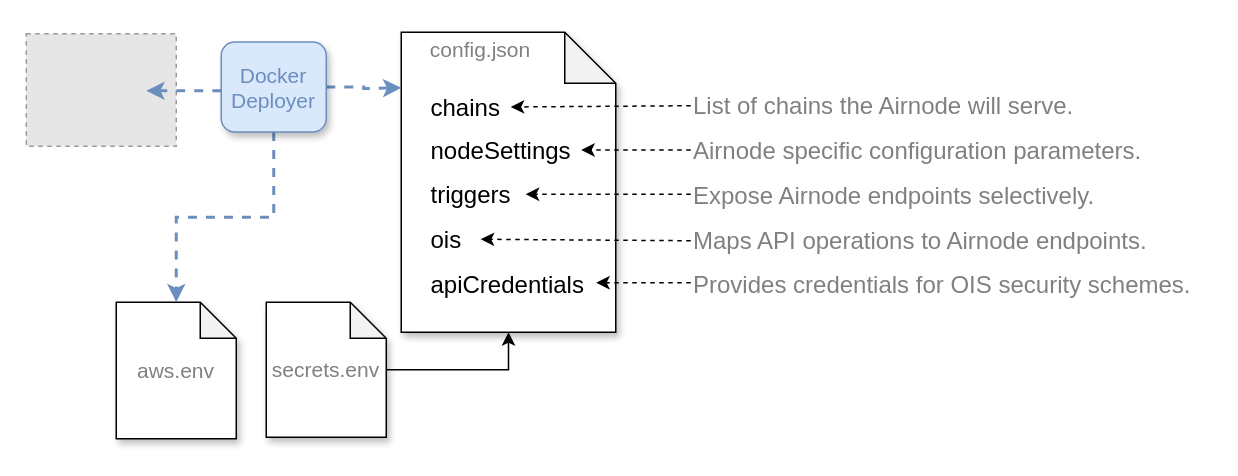
The draw.io diagram docs/airnode/v0.2/assets/diagrams/config-json.drawio in api3dao/old-api3-docs, before the edit. Source tidied: cells renumbered, new cells numbered last; positions are measured from the earlier drawing's top-left corner, leaving out a move shared by most shapes. Both pictures are drawn from the tidied source at 150%, with x=0, y=0 at pixel (26, 32). Pictures stored in the file or linked from it are replaced by grey dashed boxes.
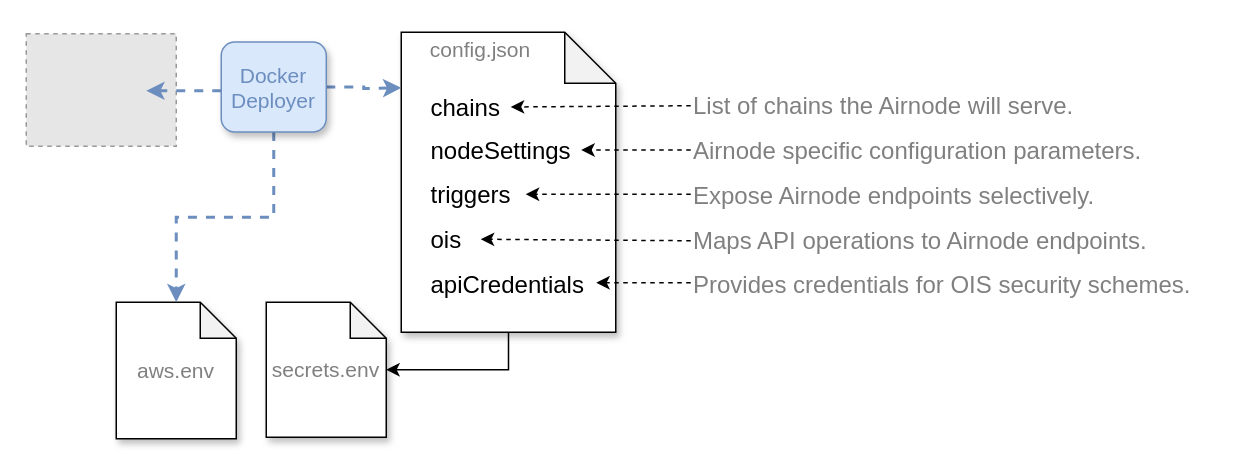
The same diagram, later.

Commit message (it also covers changes not shown here):
Correct direction of one arrow

Unchanged cells that the change refers to:
```xml
<mxCell id="2" style="shape=note;whiteSpace=wrap;html=1;backgroundOutline=1;darkOpacity=0.05;fontSize=14;size=34;shadow=1;" parent="1" vertex="1">
  <mxGeometry x="250" width="143" height="200" as="geometry" />
</mxCell>
<mxCell id="8" value="&lt;span style=&quot;color: rgb(128 , 128 , 128)&quot;&gt;secrets.env&lt;/span&gt;" style="shape=note;whiteSpace=wrap;html=1;backgroundOutline=1;darkOpacity=0.05;fontSize=14;size=24;shadow=1;" parent="1" vertex="1">
  <mxGeometry x="160" y="180" width="80" height="90" as="geometry" />
</mxCell>
```

Diff of the diagram source:
```diff
@@
-    <mxCell id="7" style="edgeStyle=orthogonalEdgeStyle;rounded=0;jettySize=auto;html=1;entryX=0.5;entryY=1;entryDx=0;entryDy=0;entryPerimeter=0;" parent="1" edge="1" source="8" target="2">
+    <mxCell id="7" style="edgeStyle=orthogonalEdgeStyle;rounded=0;jettySize=auto;html=1;entryX=0.5;entryY=1;entryDx=0;entryDy=0;entryPerimeter=0;endArrow=none;endFill=0;startArrow=classic;startFill=1;" parent="1" edge="1" source="8" target="2">
       <mxGeometry relative="1" as="geometry">
         <Array as="points">
           <mxPoint x="322" y="225" />
         </Array>
       </mxGeometry>
     </mxCell>
```
